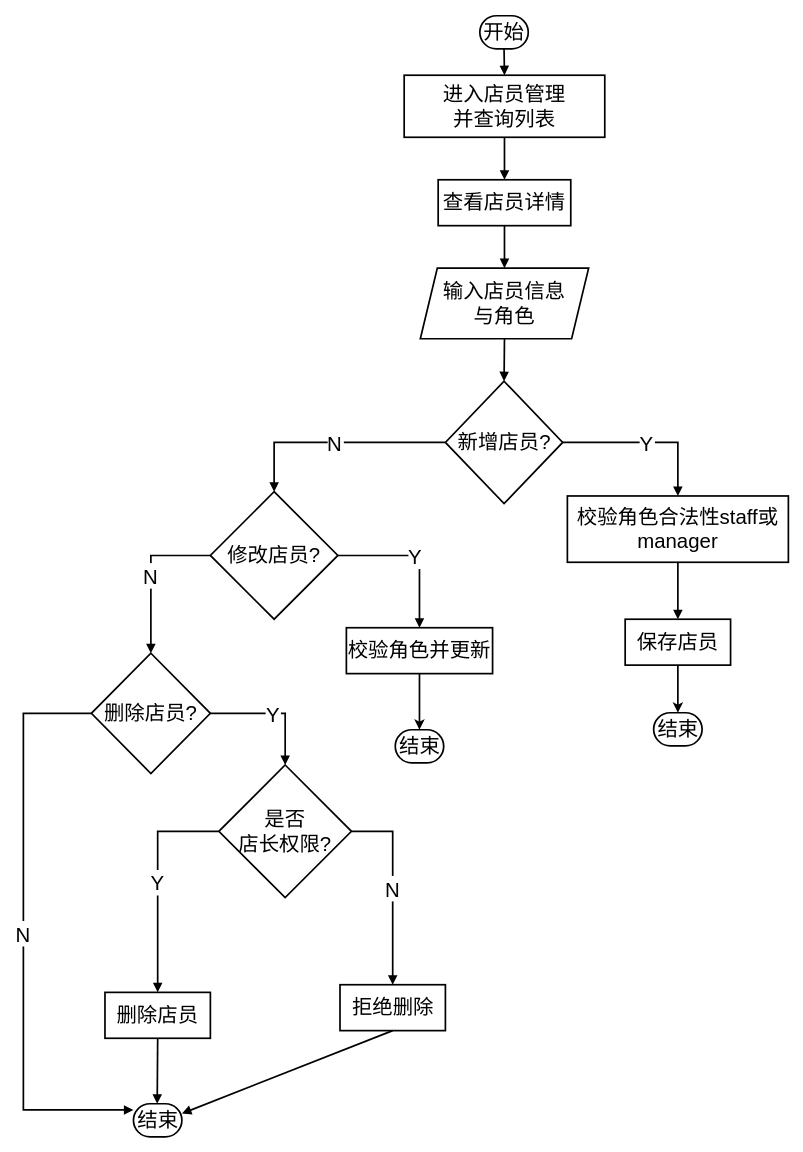
This is 店员信息管理功能流程图.drawio from LichCarlos/darwIo, a draw.io file, before an edit. Source tidied: cells renumbered, new cells numbered last; positions are measured from the earlier drawing's top-left corner, leaving out a move shared by most shapes. Both pictures are drawn from the tidied source at 85%, with x=0, y=0 at pixel (23, 15).
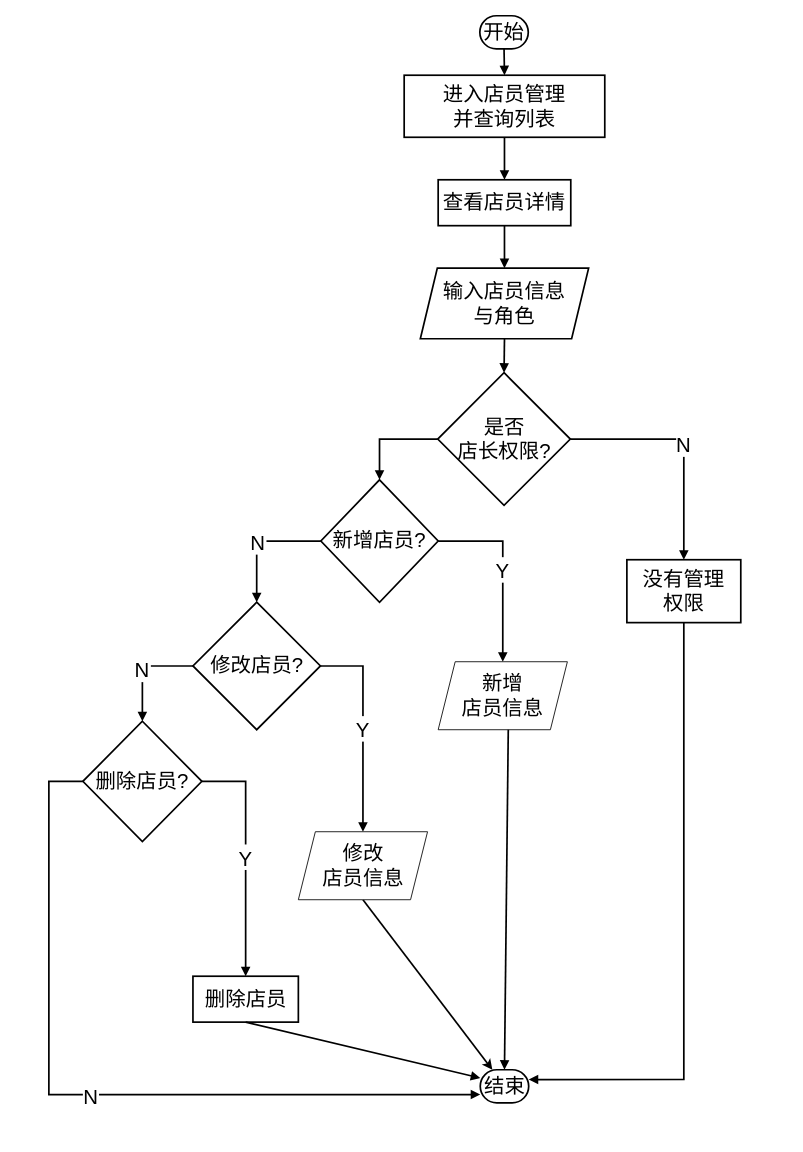
The same diagram, later.

Commit message:
更新店员信息管理功能流程图.drawio

The change refers to these unchanged cells:
```xml
<mxCell id="8" value="输入店员信息&#10;与角色" style="shape=parallelogram;perimeter=parallelogramPerimeter;fixedSize=1;strokeWidth=2;whiteSpace=wrap;fontSize=24;" parent="1" vertex="1">
  <mxGeometry x="467" y="297" width="198" height="83" as="geometry" />
</mxCell>
```

Change to the diagram source:
```diff
@@
     <mxCell id="9" value="新增店员?" style="rhombus;strokeWidth=2;whiteSpace=wrap;fontSize=24;" parent="1" vertex="1">
-      <mxGeometry x="496.5" y="430" width="138" height="144" as="geometry" />
+      <mxGeometry x="350" y="546" width="138" height="144" as="geometry" />
     </mxCell>
-    <mxCell id="10" value="校验角色合法性staff或manager" style="whiteSpace=wrap;strokeWidth=2;fontSize=24;" parent="1" vertex="1">
-      <mxGeometry x="640" y="565" width="260" height="78" as="geometry" />
-    </mxCell>
-    <mxCell id="11" style="edgeStyle=orthogonalEdgeStyle;rounded=0;jettySize=auto;html=1;verticalAlign=bottom;strokeWidth=2;" parent="1" edge="1" source="12" target="36">
-      <mxGeometry relative="1" as="geometry" />
-    </mxCell>
-    <mxCell id="12" value="保存店员" style="whiteSpace=wrap;strokeWidth=2;fontSize=24;" parent="1" vertex="1">
-      <mxGeometry x="708" y="710" width="124" height="54" as="geometry" />
-    </mxCell>
     <mxCell id="13" value="修改店员?" style="rhombus;strokeWidth=2;whiteSpace=wrap;fontSize=24;" parent="1" vertex="1">
-      <mxGeometry x="220" y="560" width="150" height="150" as="geometry" />
+      <mxGeometry x="199.5" y="690" width="150" height="150" as="geometry" />
     </mxCell>
-    <mxCell id="14" style="edgeStyle=orthogonalEdgeStyle;rounded=0;jettySize=auto;html=1;entryX=0.5;entryY=0;entryDx=0;entryDy=0;strokeWidth=2;" parent="1" edge="1" source="15" target="37">
-      <mxGeometry relative="1" as="geometry" />
-    </mxCell>
-    <mxCell id="15" value="校验角色并更新" style="whiteSpace=wrap;strokeWidth=2;fontSize=24;" parent="1" vertex="1">
-      <mxGeometry x="380" y="720" width="172" height="54" as="geometry" />
-    </mxCell>
     <mxCell id="16" value="删除店员?" style="rhombus;strokeWidth=2;whiteSpace=wrap;fontSize=24;" parent="1" vertex="1">
-      <mxGeometry x="80" y="750" width="140" height="141.5" as="geometry" />
+      <mxGeometry x="70" y="830" width="140" height="141.5" as="geometry" />
     </mxCell>
     <mxCell id="17" value="结束" style="rounded=1;whiteSpace=wrap;arcSize=50;strokeWidth=2;fontSize=24;" parent="1" vertex="1">
-      <mxGeometry x="129.5" y="1280" width="57" height="39" as="geometry" />
+      <mxGeometry x="537.5" y="1240" width="57" height="39" as="geometry" />
     </mxCell>
     <mxCell id="18" value="是否&#10;店长权限?" style="rhombus;strokeWidth=2;whiteSpace=wrap;fontSize=24;" parent="1" vertex="1">
-      <mxGeometry x="230" y="881.5" width="156" height="156" as="geometry" />
+      <mxGeometry x="487.5" y="420" width="156" height="156" as="geometry" />
     </mxCell>
     <mxCell id="19" value="删除店员" style="whiteSpace=wrap;strokeWidth=2;fontSize=24;" parent="1" vertex="1">
-      <mxGeometry x="96" y="1149" width="124" height="54" as="geometry" />
+      <mxGeometry x="199.5" y="1130" width="124" height="54" as="geometry" />
     </mxCell>
-    <mxCell id="20" value="拒绝删除" style="whiteSpace=wrap;strokeWidth=2;fontSize=24;" parent="1" vertex="1">
-      <mxGeometry x="372.5" y="1140" width="124" height="54" as="geometry" />
+    <mxCell id="20" value="没有管理&#10;权限" style="whiteSpace=wrap;strokeWidth=2;fontSize=24;" parent="1" vertex="1">
+      <mxGeometry x="710" y="640" width="134" height="74" as="geometry" />
     </mxCell>
@@
-    <mxCell id="24" style="curved=1;startArrow=none;endArrow=block;strokeWidth=2;exitX=0.5;exitY=1;entryX=0.5;entryY=0;rounded=0;fontSize=24;" parent="1" edge="1" source="8" target="9">
+    <mxCell id="24" style="curved=1;startArrow=none;endArrow=block;strokeWidth=2;exitX=0.5;exitY=1;entryX=0.5;entryY=0;rounded=0;fontSize=24;entryDx=0;entryDy=0;" parent="1" edge="1" source="8" target="18">
       <mxGeometry relative="1" as="geometry" />
     </mxCell>
-    <mxCell id="25" value="Y" style="startArrow=none;endArrow=block;strokeWidth=2;exitX=1;exitY=0.5;entryX=0.5;entryY=0;rounded=0;fontSize=24;exitDx=0;exitDy=0;edgeStyle=orthogonalEdgeStyle;" parent="1" edge="1" source="9" target="10">
+    <mxCell id="25" value="Y" style="startArrow=none;endArrow=block;strokeWidth=2;exitX=1;exitY=0.5;entryX=0.5;entryY=0;rounded=0;fontSize=24;exitDx=0;exitDy=0;edgeStyle=orthogonalEdgeStyle;entryDx=0;entryDy=0;" parent="1" edge="1" source="9" target="39">
       <mxGeometry relative="1" as="geometry" />
     </mxCell>
-    <mxCell id="26" style="curved=1;startArrow=none;endArrow=block;strokeWidth=2;exitX=0.5;exitY=1;entryX=0.5;entryY=0;rounded=0;fontSize=24;" parent="1" edge="1" source="10" target="12">
-      <mxGeometry relative="1" as="geometry" />
+    <mxCell id="26" style="curved=1;startArrow=none;endArrow=block;strokeWidth=2;entryX=0.5;entryY=0;rounded=0;fontSize=24;entryDx=0;entryDy=0;" parent="1" edge="1" target="17">
+      <mxGeometry relative="1" as="geometry">
+        <mxPoint x="570.7" y="820" as="sourcePoint" />
+      </mxGeometry>
     </mxCell>
@@
-    <mxCell id="28" value="Y" style="startArrow=none;endArrow=block;strokeWidth=2;exitX=1;exitY=0.5;entryX=0.5;entryY=0;rounded=0;fontSize=24;exitDx=0;exitDy=0;edgeStyle=orthogonalEdgeStyle;" parent="1" edge="1" source="13" target="15">
+    <mxCell id="28" value="Y" style="startArrow=none;endArrow=block;strokeWidth=2;exitX=1;exitY=0.5;entryX=0.5;entryY=0;rounded=0;fontSize=24;exitDx=0;exitDy=0;edgeStyle=orthogonalEdgeStyle;entryDx=0;entryDy=0;" parent="1" edge="1" source="13" target="41">
       <mxGeometry relative="1" as="geometry" />
     </mxCell>
@@
-    <mxCell id="30" value="N" style="startArrow=none;endArrow=block;strokeWidth=2;exitX=0;exitY=0.5;entryX=-0.01;entryY=0.18;rounded=0;fontSize=24;exitDx=0;exitDy=0;edgeStyle=orthogonalEdgeStyle;" parent="1" edge="1" source="16" target="17">
+    <mxCell id="30" value="N" style="startArrow=none;endArrow=block;strokeWidth=2;exitX=0;exitY=0.5;entryX=0;entryY=0.75;rounded=0;fontSize=24;exitDx=0;exitDy=0;edgeStyle=orthogonalEdgeStyle;entryDx=0;entryDy=0;" parent="1" edge="1" source="16" target="17">
       <mxGeometry relative="1" as="geometry">
         <Array as="points">
-          <mxPoint y="820" />
-          <mxPoint y="1287" />
+          <mxPoint x="30" y="901" />
+          <mxPoint x="30" y="1269" />
         </Array>
       </mxGeometry>
     </mxCell>
-    <mxCell id="31" value="Y" style="startArrow=none;endArrow=block;strokeWidth=2;exitX=1;exitY=0.5;entryX=0.5;entryY=0;rounded=0;fontSize=24;exitDx=0;exitDy=0;edgeStyle=orthogonalEdgeStyle;" parent="1" edge="1" source="16" target="18">
-      <mxGeometry relative="1" as="geometry" />
-    </mxCell>
-    <mxCell id="32" value="Y" style="startArrow=none;endArrow=block;strokeWidth=2;exitX=0;exitY=0.5;entryX=0.5;entryY=-0.01;rounded=0;fontSize=24;exitDx=0;exitDy=0;edgeStyle=orthogonalEdgeStyle;" parent="1" edge="1" source="18" target="19">
+    <mxCell id="32" value="Y" style="startArrow=none;endArrow=block;strokeWidth=2;exitX=1;exitY=0.5;entryX=0.5;entryY=-0.01;rounded=0;fontSize=24;exitDx=0;exitDy=0;edgeStyle=orthogonalEdgeStyle;" parent="1" edge="1" source="16" target="19">
       <mxGeometry relative="1" as="geometry" />
     </mxCell>
     <mxCell id="33" value="N" style="startArrow=none;endArrow=block;strokeWidth=2;exitX=1;exitY=0.5;entryX=0.5;entryY=-0.01;rounded=0;fontSize=24;exitDx=0;exitDy=0;edgeStyle=orthogonalEdgeStyle;" parent="1" edge="1" source="18" target="20">
-      <mxGeometry relative="1" as="geometry" />
+      <mxGeometry relative="1" as="geometry">
+        <Array as="points">
+          <mxPoint x="777" y="498" />
+        </Array>
+      </mxGeometry>
     </mxCell>
-    <mxCell id="34" style="curved=1;startArrow=none;endArrow=block;strokeWidth=2;exitX=0.5;exitY=0.99;entryX=0.49;entryY=-0.01;rounded=0;fontSize=24;" parent="1" edge="1" source="19" target="17">
+    <mxCell id="34" style="curved=1;startArrow=none;endArrow=block;strokeWidth=2;exitX=0.5;exitY=0.99;entryX=0;entryY=0.25;rounded=0;fontSize=24;entryDx=0;entryDy=0;" parent="1" edge="1" source="19" target="17">
       <mxGeometry relative="1" as="geometry" />
     </mxCell>
-    <mxCell id="35" style="startArrow=none;endArrow=block;strokeWidth=2;exitX=0.5;exitY=0.99;entryX=0.99;entryY=0.3;rounded=0;fontSize=24;" parent="1" edge="1" source="20" target="17">
+    <mxCell id="35" style="startArrow=none;endArrow=block;strokeWidth=2;exitX=0.5;exitY=0.99;entryX=0.99;entryY=0.3;rounded=0;fontSize=24;edgeStyle=orthogonalEdgeStyle;" parent="1" edge="1" source="20" target="17">
       <mxGeometry relative="1" as="geometry" />
     </mxCell>
-    <mxCell id="36" value="结束" style="rounded=1;whiteSpace=wrap;arcSize=50;strokeWidth=2;fontSize=24;" parent="1" vertex="1">
-      <mxGeometry x="741.5" y="820" width="57" height="39" as="geometry" />
-    </mxCell>
-    <mxCell id="37" value="结束" style="rounded=1;whiteSpace=wrap;arcSize=50;strokeWidth=2;fontSize=24;" parent="1" vertex="1">
-      <mxGeometry x="437.5" y="840" width="57" height="39" as="geometry" />
-    </mxCell>
+    <mxCell id="38" style="startArrow=none;endArrow=block;strokeWidth=2;exitX=0;exitY=0.5;entryX=0.5;entryY=0;rounded=0;fontSize=24;exitDx=0;exitDy=0;edgeStyle=orthogonalEdgeStyle;entryDx=0;entryDy=0;" parent="1" edge="1" source="18" target="9">
+      <mxGeometry relative="1" as="geometry" />
+    </mxCell>
+    <mxCell id="39" value="&lt;span style=&quot;font-size: 24px;&quot;&gt;新增&lt;/span&gt;&lt;div&gt;&lt;span style=&quot;font-size: 24px;&quot;&gt;店员信息&lt;/span&gt;&lt;/div&gt;" style="shape=parallelogram;perimeter=parallelogramPerimeter;whiteSpace=wrap;html=1;fixedSize=1;" parent="1" vertex="1">
+      <mxGeometry x="488" y="760" width="152" height="80" as="geometry" />
+    </mxCell>
+    <mxCell id="40" style="rounded=0;jettySize=auto;html=1;entryX=0.25;entryY=0;entryDx=0;entryDy=0;exitX=0.5;exitY=1;exitDx=0;exitDy=0;strokeWidth=2;" parent="1" edge="1" source="41" target="17">
+      <mxGeometry relative="1" as="geometry" />
+    </mxCell>
+    <mxCell id="41" value="&lt;span style=&quot;font-size: 24px;&quot;&gt;修改&lt;/span&gt;&lt;br&gt;&lt;div&gt;&lt;span style=&quot;font-size: 24px;&quot;&gt;店员信息&lt;/span&gt;&lt;/div&gt;" style="shape=parallelogram;perimeter=parallelogramPerimeter;whiteSpace=wrap;html=1;fixedSize=1;" parent="1" vertex="1">
+      <mxGeometry x="323.5" y="960" width="152" height="80" as="geometry" />
+    </mxCell>
```
